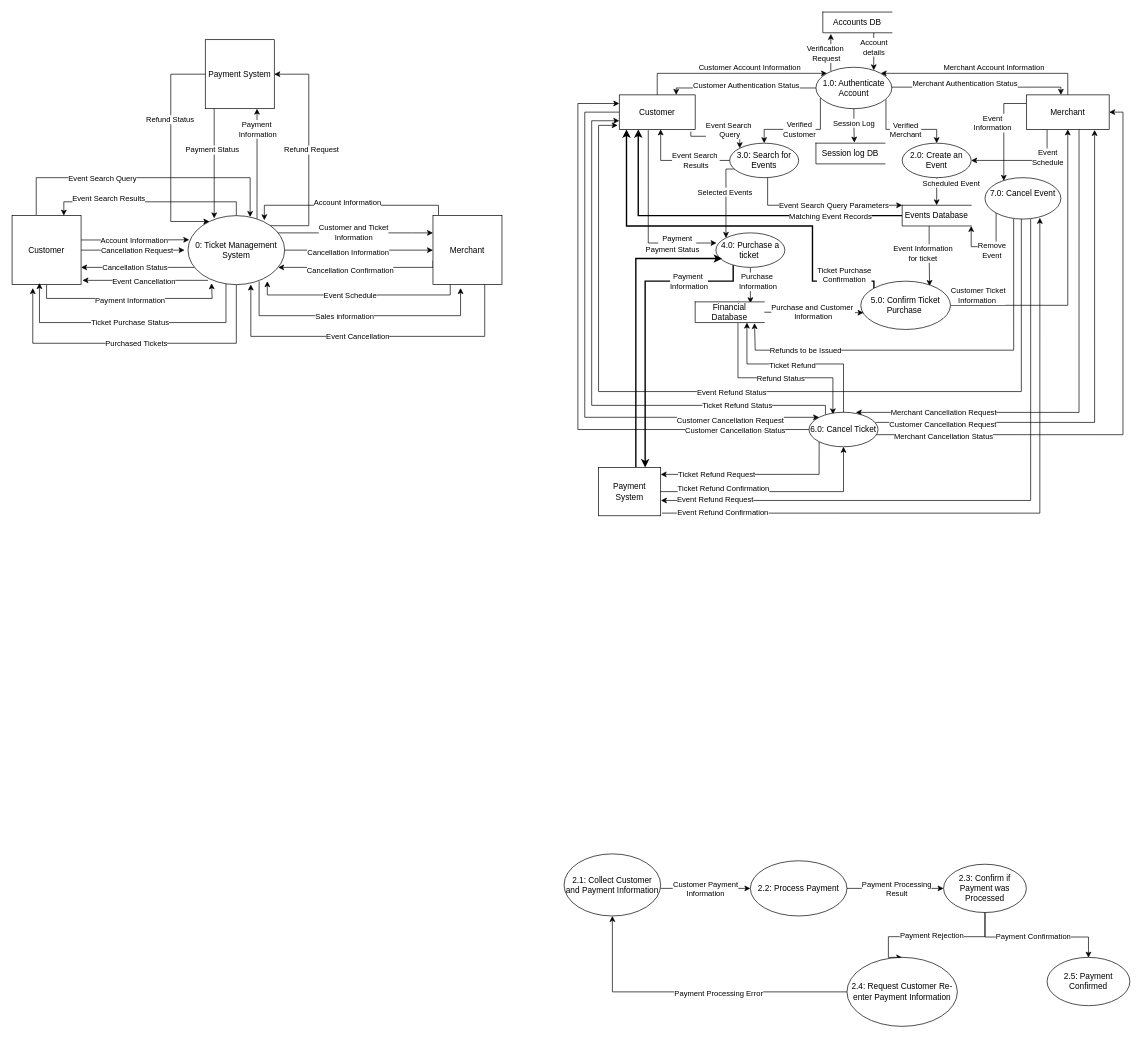
The draw.io diagram ITEC 630 DFD Ticket Mangement System .drawio in SteveWChang/UMGC-ITEC--630-Ticketing-System-Modeling-and-Analysis, before the edit. Source tidied: cells renumbered, new cells numbered last; positions are measured from the earlier drawing's top-left corner, leaving out a move shared by most shapes. Both pictures are drawn from the tidied source at 69%, with x=0, y=0 at pixel (12, 12).
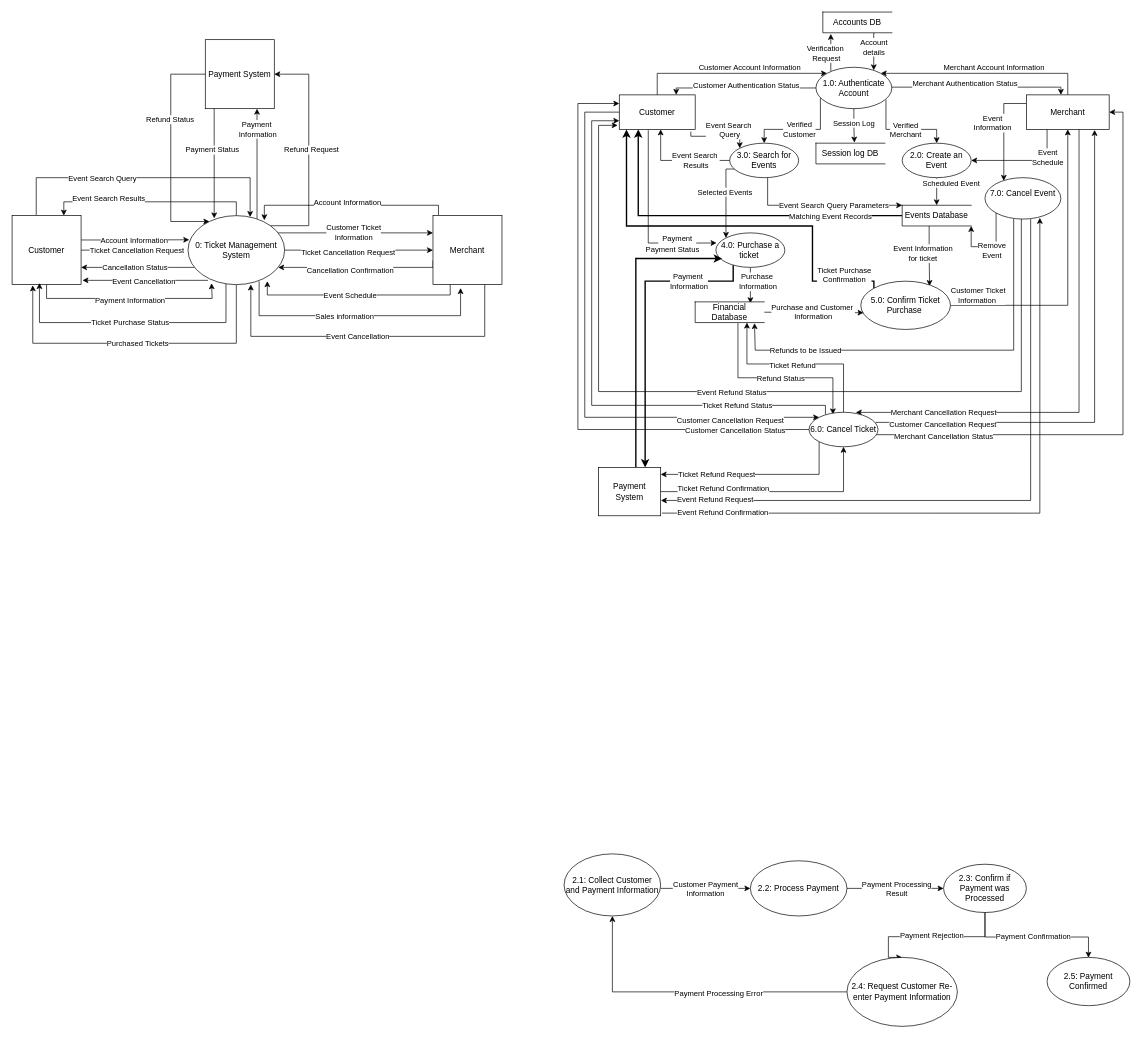
The same page after the edit.

The change refers to these unchanged cells:
```xml
<mxCell id="11" style="edgeStyle=orthogonalEdgeStyle;rounded=0;jettySize=auto;html=1;" parent="1" edge="1" source="19">
  <mxGeometry relative="1" as="geometry">
    <mxPoint x="250" y="345" as="targetPoint" />
  </mxGeometry>
</mxCell>
<mxCell id="19" value="&lt;div&gt;Customer&lt;/div&gt;" style="html=1;dashed=0;whiteSpace=wrap;" parent="1" vertex="1">
  <mxGeometry y="295" width="100" height="100" as="geometry" />
</mxCell>
<mxCell id="65" style="edgeStyle=orthogonalEdgeStyle;rounded=0;jettySize=auto;html=1;entryX=0;entryY=0.5;entryDx=0;entryDy=0;" parent="1" edge="1" source="75" target="24">
  <mxGeometry relative="1" as="geometry" />
</mxCell>
<mxCell id="75" value="0: Ticket Management System" style="shape=ellipse;html=1;dashed=0;whiteSpace=wrap;perimeter=ellipsePerimeter;" parent="1" vertex="1">
  <mxGeometry x="255" y="295" width="140" height="100" as="geometry" />
</mxCell>
<mxCell id="76" style="edgeStyle=orthogonalEdgeStyle;rounded=0;jettySize=auto;html=1;" parent="1" edge="1" source="75" target="24">
  <mxGeometry relative="1" as="geometry">
    <Array as="points">
      <mxPoint x="580" y="320" />
      <mxPoint x="580" y="320" />
    </Array>
  </mxGeometry>
</mxCell>
```

The edit, as a diff of the source:
```diff
@@
-    <mxCell id="12" value="Cancellation Request" style="edgeLabel;html=1;align=center;verticalAlign=middle;" parent="11" vertex="1">
+    <mxCell id="12" value="Ticket Cancellation Request" style="edgeLabel;html=1;align=center;verticalAlign=middle;" parent="11" vertex="1">
       <mxGeometry x="-0.16" relative="1" as="geometry">
         <mxPoint x="17" as="offset" />
       </mxGeometry>
     </mxCell>
@@
-    <mxCell id="66" value="Cancellation Information" style="edgeLabel;html=1;align=center;verticalAlign=middle;" parent="65" vertex="1">
+    <mxCell id="66" value="Ticket Cancellation Request" style="edgeLabel;html=1;align=center;verticalAlign=middle;" parent="65" vertex="1">
       <mxGeometry x="-0.15" y="-2" relative="1" as="geometry" />
     </mxCell>
@@
-    <mxCell id="73" style="edgeStyle=orthogonalEdgeStyle;rounded=0;jettySize=auto;html=1;" parent="1" edge="1" source="75">
-      <mxGeometry x="0.04" relative="1" as="geometry">
-        <mxPoint x="30" y="400" as="targetPoint" />
+    <mxCell id="73" style="edgeStyle=orthogonalEdgeStyle;rounded=0;jettySize=auto;html=1;entryX=0.298;entryY=1.01;entryDx=0;entryDy=0;entryPerimeter=0;" parent="1" edge="1" source="75" target="19">
+      <mxGeometry x="0.03" relative="1" as="geometry">
         <Array as="points">
           <mxPoint x="325" y="480" />
           <mxPoint x="30" y="480" />
           <mxPoint x="30" y="400" />
         </Array>
       </mxGeometry>
     </mxCell>
     <mxCell id="74" value="Purchased Tickets" style="edgeLabel;html=1;align=center;verticalAlign=middle;" parent="73" vertex="1">
-      <mxGeometry x="0.3" y="3" relative="1" as="geometry">
+      <mxGeometry x="0.28" y="3" relative="1" as="geometry">
         <mxPoint x="68" y="-3" as="offset" />
       </mxGeometry>
     </mxCell>
@@
-    <mxCell id="77" value="&lt;div&gt;Customer and Ticket&lt;/div&gt;&lt;div&gt;Information&lt;/div&gt;" style="edgeLabel;html=1;align=center;verticalAlign=middle;" parent="76" vertex="1">
+    <mxCell id="77" value="&lt;div&gt;Customer Ticket&lt;/div&gt;&lt;div&gt;Information&lt;/div&gt;" style="edgeLabel;html=1;align=center;verticalAlign=middle;" parent="76" vertex="1">
       <mxGeometry x="0.26" y="1" relative="1" as="geometry">
         <mxPoint x="-32" as="offset" />
       </mxGeometry>
     </mxCell>
```
